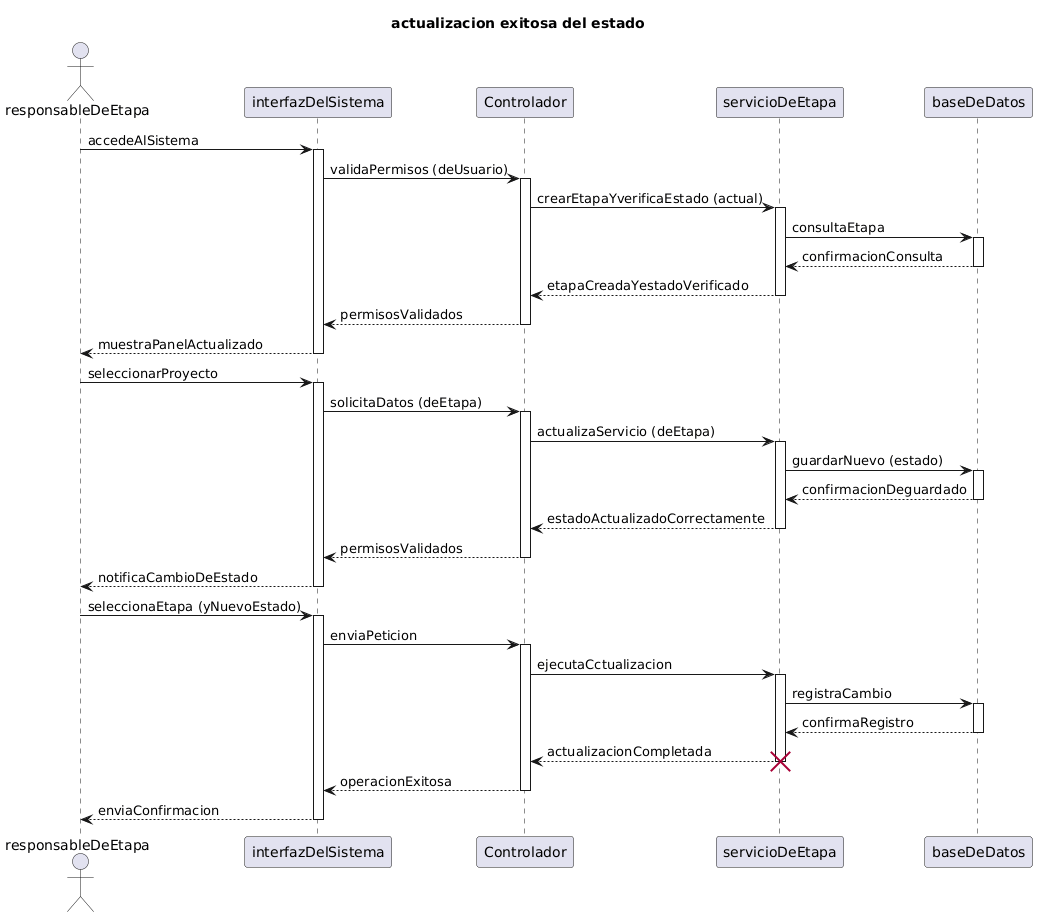
9919-Mili/SistemaProductoraVideos keeps this PlantUML diagram as diagramas/05-diagramas-secuencia/05-secuencia-actualizar-estado-de-la-etapa-actualizacion-exitosa-del-estado-de-la-etapa-02.png. Above is the earlier version.
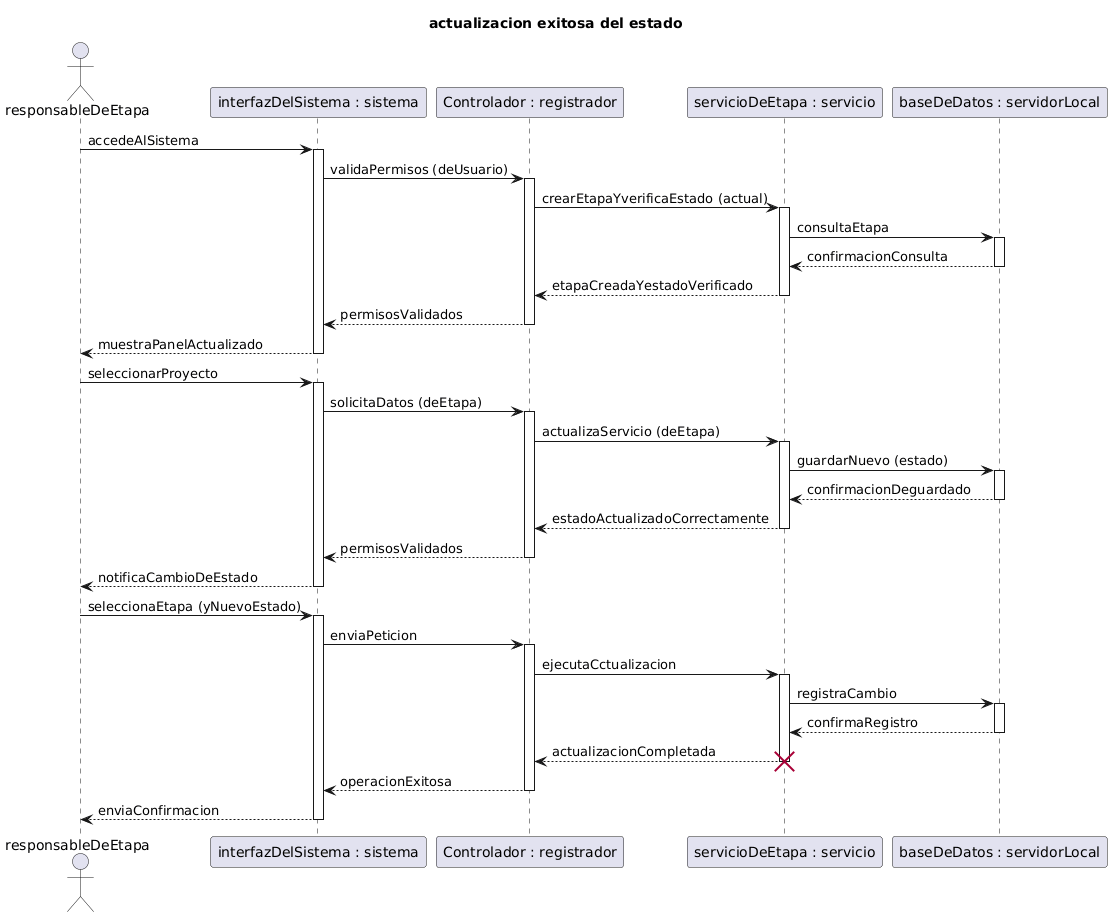
After the commit.

Change to the diagram source:
```diff
@@ -2,10 +2,10 @@
 title actualizacion exitosa del estado
 
 actor responsableDeEtapa
-participant interfazDelSistema as interfazDelSistema
-participant Controlador as Controlador
-participant servicioDeEtapa
-participant baseDeDatos as baseDeDatos
+participant "interfazDelSistema : sistema" as interfazDelSistema
+participant "Controlador : registrador" as Controlador
+participant "servicioDeEtapa : servicio" as servicioDeEtapa
+participant "baseDeDatos : servidorLocal" as baseDeDatos
 
 
 responsableDeEtapa -> interfazDelSistema: accedeAlSistema
```
